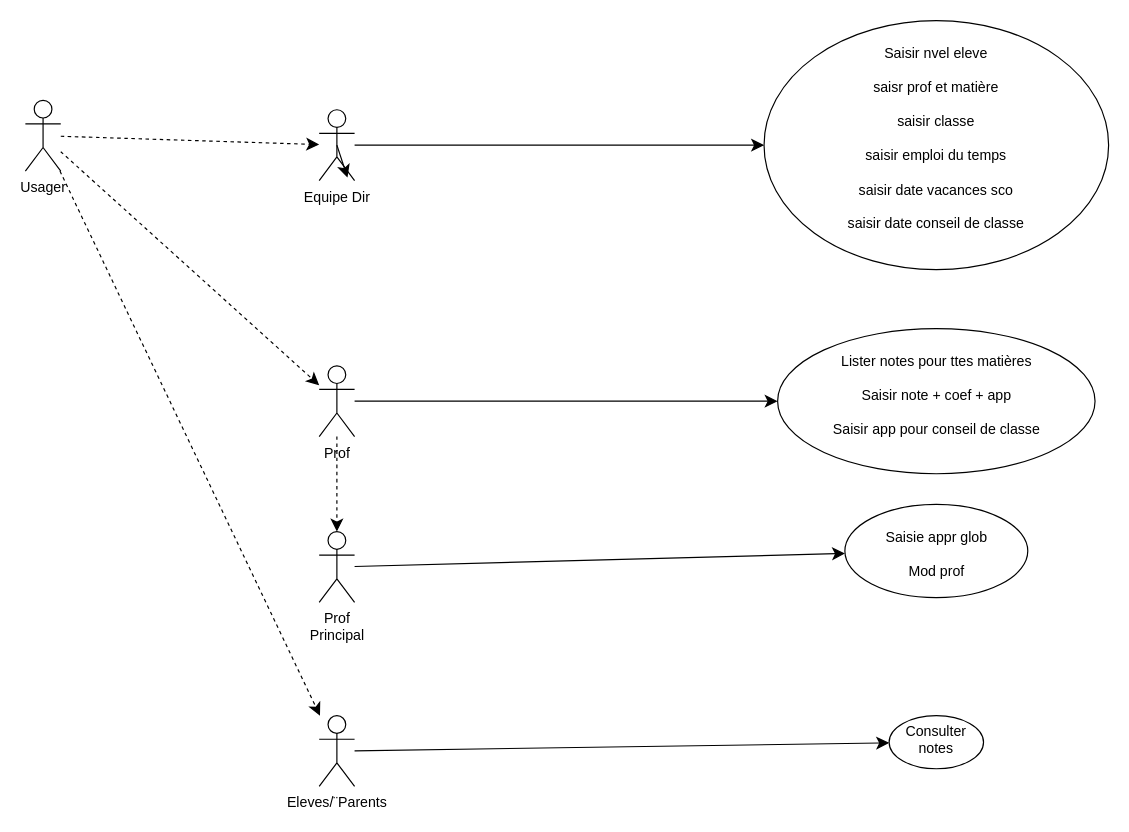
NLetenneur/UML-Introduction keeps this draw.io diagram as Les Sardines/Diagramme sans nom.drawio. Above is the earlier version. Source tidied: cells renumbered, new cells numbered last; positions are measured from the earlier drawing's top-left corner, leaving out a move shared by most shapes. Both pictures are drawn from the tidied source at 118%, with x=0, y=0 at pixel (25, 20).
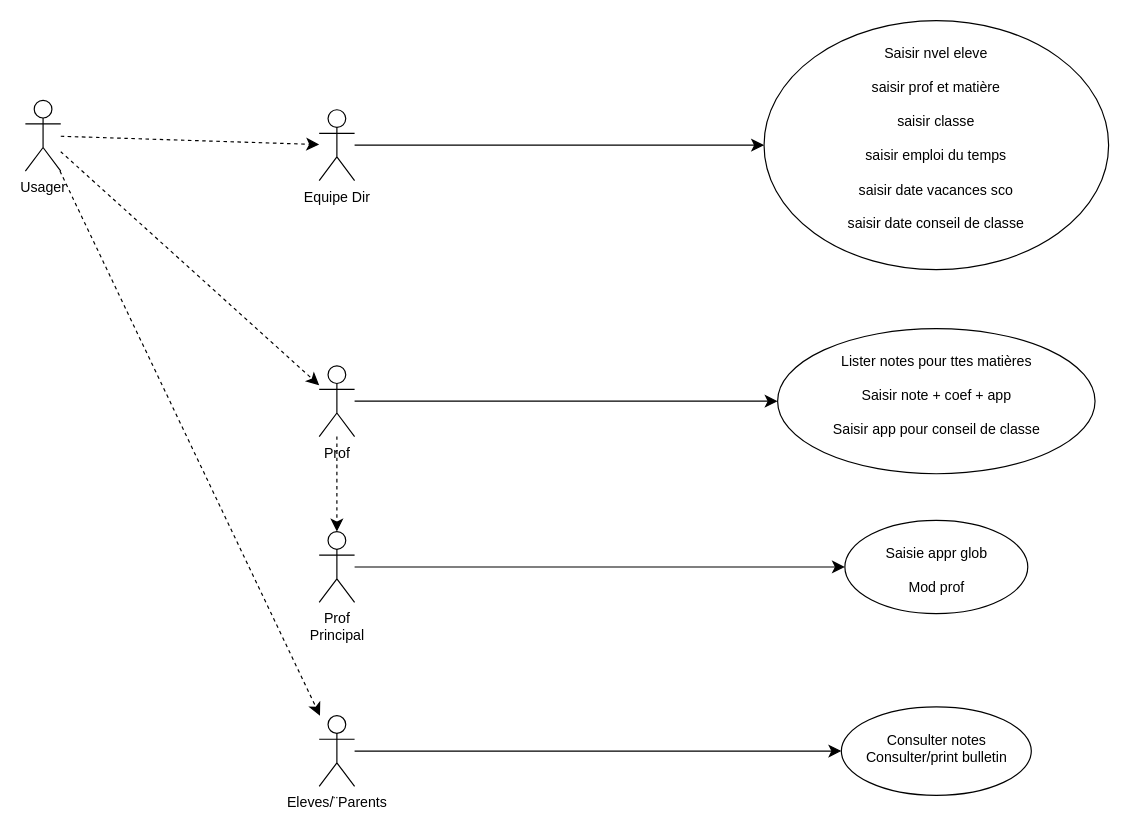
Above is the later version.

Commit message:
Mettre à jour Diagramme sans nom.drawio

Change to the diagram source:
```diff
@@
 <mxGraphModel>
   <root>
     <mxCell id="0" />
     <mxCell id="1" parent="0" />
     <mxCell id="2" style="edgeStyle=none;curved=1;rounded=0;jettySize=auto;html=1;fontSize=12;startSize=8;endSize=8;dashed=1;" parent="1" edge="1" source="5" target="10">
       <mxGeometry relative="1" as="geometry" />
     </mxCell>
     <mxCell id="3" style="edgeStyle=none;curved=1;rounded=0;jettySize=auto;html=1;fontSize=12;startSize=8;endSize=8;dashed=1;" parent="1" edge="1" source="5" target="12">
       <mxGeometry relative="1" as="geometry" />
     </mxCell>
     <mxCell id="4" style="edgeStyle=none;curved=1;rounded=0;jettySize=auto;html=1;fontSize=12;startSize=8;endSize=8;dashed=1;" parent="1" edge="1" source="5" target="7">
       <mxGeometry relative="1" as="geometry" />
     </mxCell>
     <mxCell id="5" value="&lt;div&gt;Usager&lt;/div&gt;" style="shape=umlActor;verticalLabelPosition=bottom;verticalAlign=top;html=1;" parent="1" vertex="1">
       <mxGeometry y="67.5" width="30" height="60" as="geometry" />
     </mxCell>
     <mxCell id="6" style="edgeStyle=none;curved=1;rounded=0;jettySize=auto;html=1;fontSize=12;startSize=8;endSize=8;" parent="1" edge="1" source="7" target="18">
       <mxGeometry relative="1" as="geometry" />
     </mxCell>
     <mxCell id="7" value="Equipe Dir" style="shape=umlActor;verticalLabelPosition=bottom;verticalAlign=top;html=1;" parent="1" vertex="1">
       <mxGeometry x="249" y="75.5" width="30" height="60" as="geometry" />
     </mxCell>
     <mxCell id="8" style="edgeStyle=none;curved=1;rounded=0;jettySize=auto;html=1;fontSize=12;startSize=8;endSize=8;dashed=1;" parent="1" edge="1" source="10" target="14">
       <mxGeometry relative="1" as="geometry" />
     </mxCell>
     <mxCell id="9" style="edgeStyle=none;curved=1;rounded=0;jettySize=auto;html=1;fontSize=12;startSize=8;endSize=8;" parent="1" edge="1" source="10" target="17">
       <mxGeometry relative="1" as="geometry" />
     </mxCell>
     <mxCell id="10" value="&lt;div&gt;Prof&lt;/div&gt;" style="shape=umlActor;verticalLabelPosition=bottom;verticalAlign=top;html=1;" parent="1" vertex="1">
       <mxGeometry x="249" y="292.5" width="30" height="60" as="geometry" />
     </mxCell>
     <mxCell id="11" style="edgeStyle=none;curved=1;rounded=0;jettySize=auto;html=1;fontSize=12;startSize=8;endSize=8;" parent="1" edge="1" source="12" target="15">
       <mxGeometry relative="1" as="geometry" />
     </mxCell>
     <mxCell id="12" value="&lt;div&gt;Eleves/¨Parents&lt;/div&gt;" style="shape=umlActor;verticalLabelPosition=bottom;verticalAlign=top;html=1;" parent="1" vertex="1">
       <mxGeometry x="249" y="589" width="30" height="60" as="geometry" />
     </mxCell>
     <mxCell id="13" style="edgeStyle=none;curved=1;rounded=0;jettySize=auto;html=1;fontSize=12;startSize=8;endSize=8;" parent="1" edge="1" source="14" target="16">
       <mxGeometry relative="1" as="geometry" />
     </mxCell>
     <mxCell id="14" value="&lt;div&gt;Prof&lt;/div&gt;&lt;div&gt;Principal&lt;br&gt;&lt;/div&gt;" style="shape=umlActor;verticalLabelPosition=bottom;verticalAlign=top;html=1;" parent="1" vertex="1">
       <mxGeometry x="249" y="433" width="30" height="60" as="geometry" />
     </mxCell>
-    <mxCell id="15" value="&lt;div&gt;Consulter&lt;/div&gt;&lt;div&gt;notes&lt;br&gt;&lt;/div&gt;" style="ellipse;whiteSpace=wrap;html=1;verticalAlign=top;" parent="1" vertex="1">
-      <mxGeometry x="732" y="589" width="80" height="45" as="geometry" />
+    <mxCell id="15" value="&lt;div&gt;&lt;br&gt;&lt;/div&gt;&lt;div&gt;Consulter notes&lt;/div&gt;&lt;div&gt;Consulter/print bulletin&lt;/div&gt;" style="ellipse;whiteSpace=wrap;html=1;verticalAlign=top;" parent="1" vertex="1">
+      <mxGeometry x="691.5" y="581.5" width="161" height="75" as="geometry" />
     </mxCell>
     <mxCell id="16" value="&lt;div&gt;&lt;br&gt;&lt;/div&gt;&lt;div&gt;Saisie appr glob&lt;/div&gt;&lt;div&gt;&lt;br&gt;&lt;/div&gt;&lt;div&gt;Mod prof&lt;br&gt;&lt;/div&gt;" style="ellipse;whiteSpace=wrap;html=1;verticalAlign=top;" parent="1" vertex="1">
-      <mxGeometry x="694.5" y="410" width="155" height="79" as="geometry" />
+      <mxGeometry x="694.5" y="423.5" width="155" height="79" as="geometry" />
     </mxCell>
     <mxCell id="17" value="&lt;div&gt;&lt;br&gt;&lt;/div&gt;&lt;div&gt;Lister notes pour ttes matières&lt;/div&gt;&lt;div&gt;&lt;br&gt;&lt;/div&gt;&lt;div&gt;Saisir note + coef + app&lt;/div&gt;&lt;div&gt;&lt;br&gt;&lt;/div&gt;&lt;div&gt;Saisir app pour conseil de classe&lt;br&gt;&lt;/div&gt;" style="ellipse;whiteSpace=wrap;html=1;verticalAlign=top;" parent="1" vertex="1">
       <mxGeometry x="637.5" y="261" width="269" height="123" as="geometry" />
     </mxCell>
-    <mxCell id="18" value="&lt;div&gt;&lt;br&gt;&lt;/div&gt;&lt;div&gt;Saisir nvel eleve&lt;/div&gt;&lt;div&gt;&lt;br&gt;&lt;/div&gt;&lt;div&gt;saisr prof et matière&lt;/div&gt;&lt;div&gt;&lt;br&gt;&lt;/div&gt;&lt;div&gt;saisir classe&lt;/div&gt;&lt;div&gt;&lt;br&gt;&lt;/div&gt;&lt;div&gt;saisir emploi du temps&lt;/div&gt;&lt;div&gt;&lt;br&gt;&lt;/div&gt;&lt;div&gt;saisir date vacances sco&lt;/div&gt;&lt;div&gt;&lt;br&gt;&lt;/div&gt;&lt;div&gt;saisir date conseil de classe&lt;br&gt;&lt;/div&gt;" style="ellipse;whiteSpace=wrap;html=1;verticalAlign=top;" parent="1" vertex="1">
+    <mxCell id="18" value="&lt;div&gt;&lt;br&gt;&lt;/div&gt;&lt;div&gt;Saisir nvel eleve&lt;/div&gt;&lt;div&gt;&lt;br&gt;&lt;/div&gt;&lt;div&gt;saisir prof et matière&lt;/div&gt;&lt;div&gt;&lt;br&gt;&lt;/div&gt;&lt;div&gt;saisir classe&lt;/div&gt;&lt;div&gt;&lt;br&gt;&lt;/div&gt;&lt;div&gt;saisir emploi du temps&lt;/div&gt;&lt;div&gt;&lt;br&gt;&lt;/div&gt;&lt;div&gt;saisir date vacances sco&lt;/div&gt;&lt;div&gt;&lt;br&gt;&lt;/div&gt;&lt;div&gt;saisir date conseil de classe&lt;br&gt;&lt;/div&gt;" style="ellipse;whiteSpace=wrap;html=1;verticalAlign=top;" parent="1" vertex="1">
       <mxGeometry x="626" width="292" height="211" as="geometry" />
     </mxCell>
-    <mxCell id="19" style="edgeStyle=none;curved=1;rounded=0;orthogonalLoop=1;jettySize=auto;html=1;exitX=0.5;exitY=0.5;exitDx=0;exitDy=0;exitPerimeter=0;entryX=0.8;entryY=0.958;entryDx=0;entryDy=0;entryPerimeter=0;fontSize=12;startSize=8;endSize=8;" parent="1" edge="1" source="7" target="7">
-      <mxGeometry relative="1" as="geometry" />
-    </mxCell>
   </root>
 </mxGraphModel>
```
